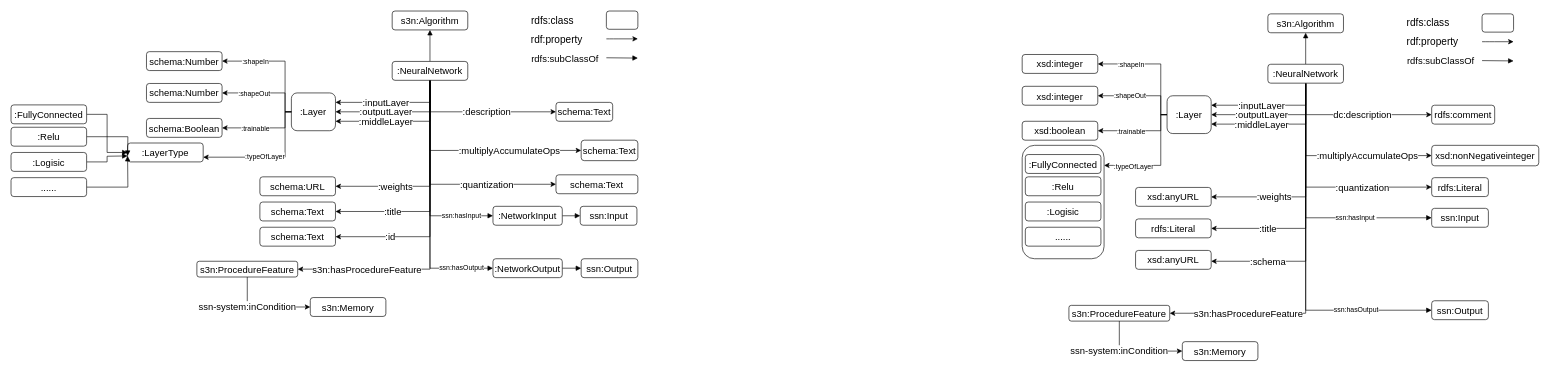
Haoyu-R/appendix keeps this draw.io diagram as Untitled Diagram 1.drawio. Above is the earlier version. Source tidied: cells renumbered, new cells numbered last; positions are measured from the earlier drawing's top-left corner, leaving out a move shared by most shapes. Both pictures are drawn from the tidied source at 63%, with x=0, y=0 at pixel (11, 11).
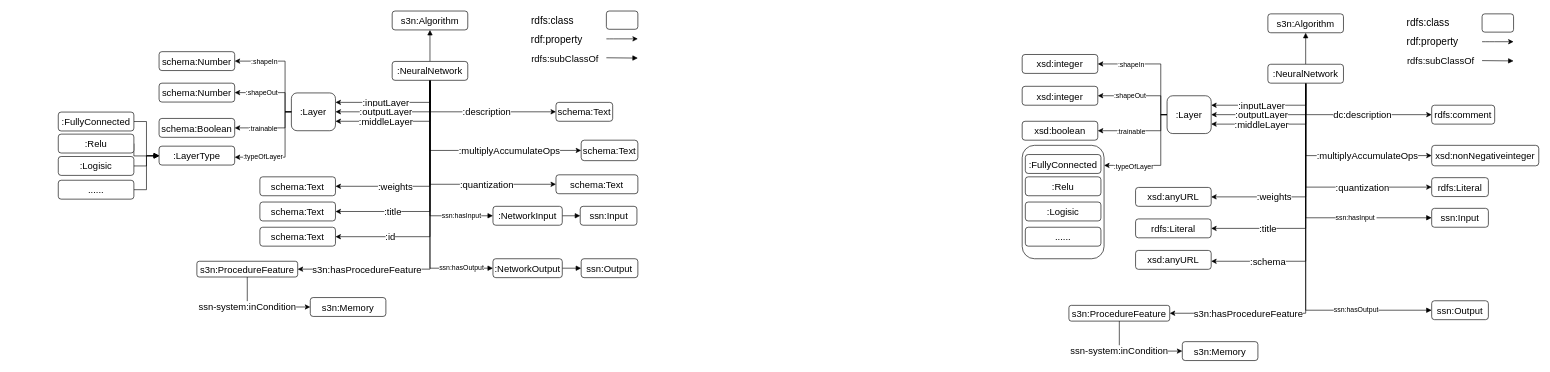
The same diagram, later.

Change to the diagram source:
```diff
@@
-    <mxCell id="17" value="schema:URL" style="rounded=1;whiteSpace=wrap;html=1;fontSize=15;" parent="1" vertex="1">
+    <mxCell id="17" value="schema:Text" style="rounded=1;whiteSpace=wrap;html=1;fontSize=15;" parent="1" vertex="1">
       <mxGeometry x="395" y="263.2" width="120" height="30" as="geometry" />
     </mxCell>
@@
-    <mxCell id="98" style="edgeStyle=orthogonalEdgeStyle;rounded=0;jettySize=auto;html=1;exitX=0;exitY=0.5;exitDx=0;exitDy=0;entryX=1;entryY=0.75;entryDx=0;entryDy=0;" parent="1" edge="1" target="103">
+    <mxCell id="98" style="edgeStyle=orthogonalEdgeStyle;rounded=0;jettySize=auto;html=1;exitX=0;exitY=0.5;exitDx=0;exitDy=0;" parent="1" edge="1" target="103">
       <mxGeometry relative="1" as="geometry">
         <mxPoint x="445" y="160" as="sourcePoint" />
         <Array as="points">
           <mxPoint x="435" y="160" />
           <mxPoint x="435" y="232" />
         </Array>
       </mxGeometry>
     </mxCell>
     <mxCell id="99" value=":typeOfLayer" style="edgeLabel;html=1;align=center;verticalAlign=middle;" parent="98" vertex="1">
       <mxGeometry x="0.48" y="1" relative="1" as="geometry">
-        <mxPoint x="42" y="-3" as="offset" />
+        <mxPoint x="2" y="-3" as="offset" />
       </mxGeometry>
     </mxCell>
     <mxCell id="100" value="schema:Number" style="rounded=1;whiteSpace=wrap;html=1;fontSize=15;" parent="1" vertex="1">
-      <mxGeometry x="215" y="64.5" width="120" height="30" as="geometry" />
+      <mxGeometry x="235" y="64.5" width="120" height="30" as="geometry" />
     </mxCell>
     <mxCell id="101" value="schema:Number" style="rounded=1;whiteSpace=wrap;html=1;fontSize=15;" parent="1" vertex="1">
-      <mxGeometry x="215" y="115" width="120" height="30" as="geometry" />
+      <mxGeometry x="235" y="114.5" width="120" height="30" as="geometry" />
     </mxCell>
     <mxCell id="102" value="schema:Boolean" style="rounded=1;whiteSpace=wrap;html=1;fontSize=15;" parent="1" vertex="1">
-      <mxGeometry x="215" y="170.5" width="120" height="30" as="geometry" />
+      <mxGeometry x="235" y="170.5" width="120" height="30" as="geometry" />
     </mxCell>
     <mxCell id="103" value="&lt;div&gt;:LayerType&lt;/div&gt;" style="rounded=1;whiteSpace=wrap;html=1;fontSize=15;" parent="1" vertex="1">
-      <mxGeometry x="185" y="209.5" width="120" height="30" as="geometry" />
+      <mxGeometry x="235" y="214.5" width="120" height="30" as="geometry" />
     </mxCell>
@@
     <mxCell id="105" value="&lt;div&gt;:FullyConnected&lt;/div&gt;" style="rounded=1;whiteSpace=wrap;html=1;fontSize=15;" parent="1" vertex="1">
-      <mxGeometry y="149" width="120" height="30" as="geometry" />
+      <mxGeometry x="75" y="160.4" width="120" height="30" as="geometry" />
     </mxCell>
     <mxCell id="106" style="edgeStyle=orthogonalEdgeStyle;rounded=0;jettySize=auto;html=1;exitX=1;exitY=0.5;exitDx=0;exitDy=0;endArrow=block;endFill=1;" parent="1" edge="1" source="107">
       <mxGeometry relative="1" as="geometry">
-        <mxPoint x="185" y="230" as="targetPoint" />
+        <mxPoint x="235" y="230" as="targetPoint" />
+        <Array as="points">
+          <mxPoint x="195" y="210" />
+          <mxPoint x="195" y="230" />
+        </Array>
       </mxGeometry>
     </mxCell>
     <mxCell id="107" value=":Relu" style="rounded=1;whiteSpace=wrap;html=1;fontSize=15;" parent="1" vertex="1">
-      <mxGeometry y="184.5" width="120" height="30" as="geometry" />
+      <mxGeometry x="75" y="195.4" width="120" height="30" as="geometry" />
     </mxCell>
     <mxCell id="108" style="edgeStyle=orthogonalEdgeStyle;rounded=0;jettySize=auto;html=1;exitX=1;exitY=0.5;exitDx=0;exitDy=0;endArrow=block;endFill=1;" parent="1" edge="1" source="109">
       <mxGeometry relative="1" as="geometry">
-        <mxPoint x="185" y="230" as="targetPoint" />
+        <mxPoint x="235" y="230" as="targetPoint" />
+        <Array as="points">
+          <mxPoint x="215" y="246" />
+          <mxPoint x="215" y="230" />
+        </Array>
       </mxGeometry>
     </mxCell>
     <mxCell id="109" value=":Logisic" style="rounded=1;whiteSpace=wrap;html=1;fontSize=15;" parent="1" vertex="1">
-      <mxGeometry y="224.5" width="120" height="30" as="geometry" />
+      <mxGeometry x="75" y="230.9" width="120" height="30" as="geometry" />
     </mxCell>
-    <mxCell id="110" style="edgeStyle=orthogonalEdgeStyle;rounded=0;jettySize=auto;html=1;exitX=1;exitY=0.5;exitDx=0;exitDy=0;endArrow=block;endFill=1;" parent="1" edge="1" source="111">
-      <mxGeometry relative="1" as="geometry">
-        <mxPoint x="185" y="230" as="targetPoint" />
-      </mxGeometry>
+    <mxCell id="110" style="edgeStyle=orthogonalEdgeStyle;rounded=0;jettySize=auto;html=1;exitX=1;exitY=0.5;exitDx=0;exitDy=0;endArrow=block;endFill=1;entryX=0;entryY=0.5;entryDx=0;entryDy=0;" parent="1" edge="1" source="111" target="103">
+      <mxGeometry relative="1" as="geometry" />
     </mxCell>
     <mxCell id="111" value="......" style="rounded=1;whiteSpace=wrap;html=1;fontSize=15;" parent="1" vertex="1">
-      <mxGeometry y="264.5" width="120" height="30" as="geometry" />
+      <mxGeometry x="75" y="268.6" width="120" height="30" as="geometry" />
     </mxCell>
```
